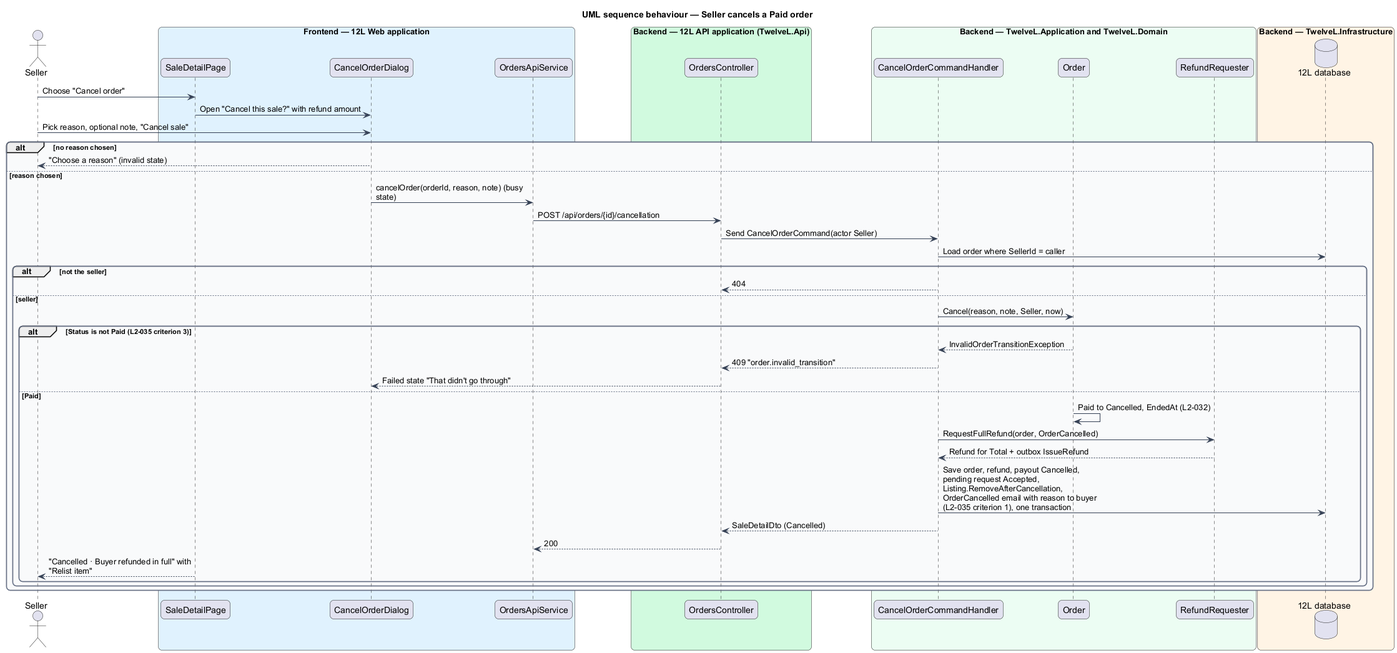
The PlantUML diagram docs/detailed-designs/orders/cancel-order/diagrams/sequence-seller-cancel.png in QuinntyneBrown/12l, before a commit.
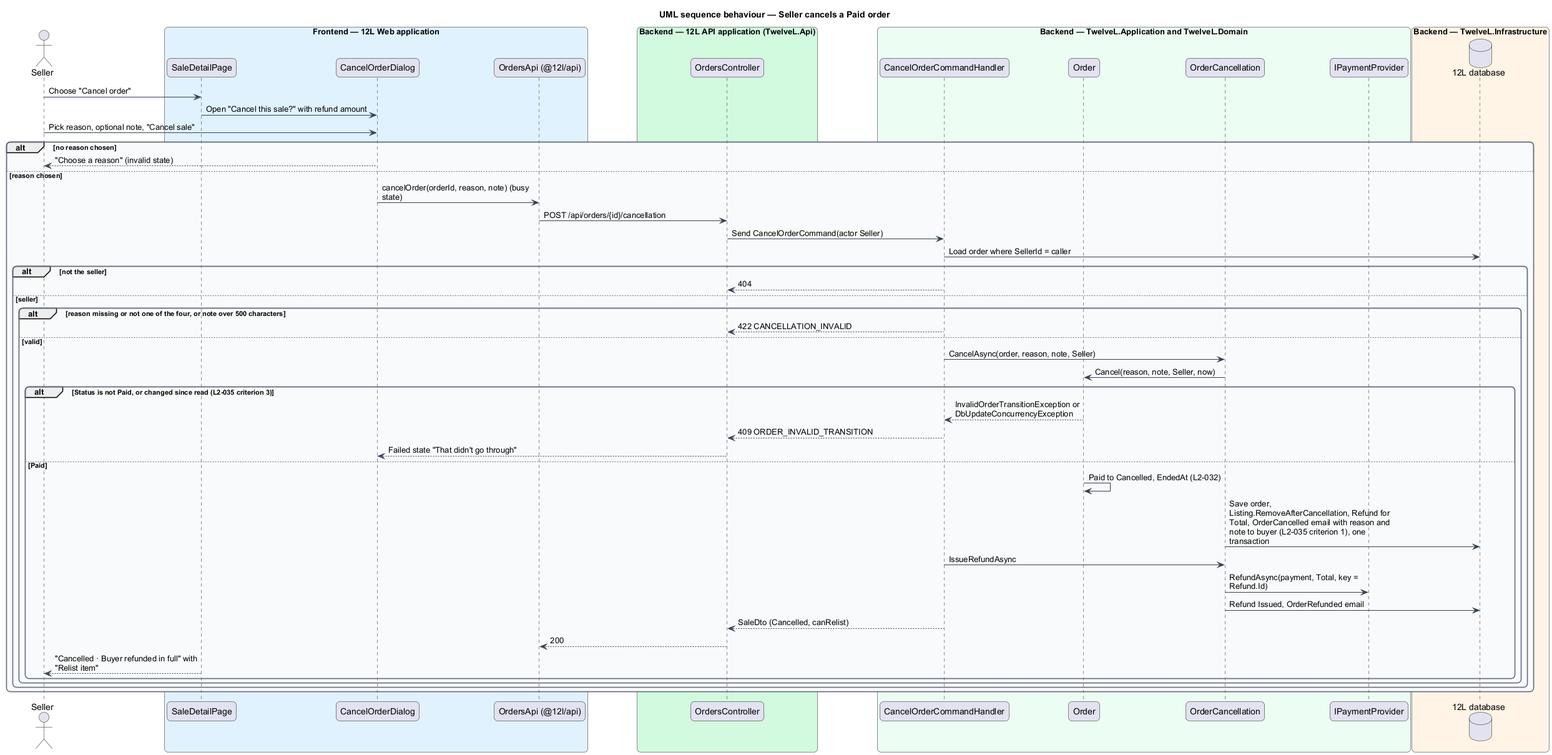
The same file after the commit.

The edit, as a diff of the source:
```diff
@@ -20,7 +20,7 @@
 box "Frontend — 12L Web application" #E0F2FE
   participant "SaleDetailPage" as page
   participant "CancelOrderDialog" as dlg
-  participant "OrdersApiService" as client
+  participant "OrdersApi (@12l/api)" as client
 end box
 box "Backend — 12L API application (TwelveL.Api)" #D1FADF
   participant "OrdersController" as ctrl
@@ -28,7 +28,8 @@
 box "Backend — TwelveL.Application and TwelveL.Domain" #ECFDF3
   participant "CancelOrderCommandHandler" as h
   participant "Order" as order
-  participant "RefundRequester" as rr
+  participant "OrderCancellation" as rr
+  participant "IPaymentProvider" as pay
 end box
 box "Backend — TwelveL.Infrastructure" #FFF4E5
   database "12L database" as db
@@ -46,19 +47,25 @@
   alt not the seller
     h --> ctrl : 404
   else seller
-    h -> order : Cancel(reason, note, Seller, now)
-    alt Status is not Paid (L2-035 criterion 3)
-      order --> h : InvalidOrderTransitionException
-      h --> ctrl : 409 "order.invalid_transition"
-      ctrl --> dlg : Failed state "That didn't go through"
-    else Paid
-      order -> order : Paid to Cancelled, EndedAt (L2-032)
-      h -> rr : RequestFullRefund(order, OrderCancelled)
-      rr --> h : Refund for Total + outbox IssueRefund
-      h -> db : Save order, refund, payout Cancelled, pending request Accepted, Listing.RemoveAfterCancellation, OrderCancelled email with reason to buyer (L2-035 criterion 1), one transaction
-      h --> ctrl : SaleDetailDto (Cancelled)
+    alt reason missing or not one of the four, or note over 500 characters
+      h --> ctrl : 422 CANCELLATION_INVALID
+    else valid
+      h -> rr : CancelAsync(order, reason, note, Seller)
+      rr -> order : Cancel(reason, note, Seller, now)
+      alt Status is not Paid, or changed since read (L2-035 criterion 3)
+        order --> h : InvalidOrderTransitionException or DbUpdateConcurrencyException
+        h --> ctrl : 409 ORDER_INVALID_TRANSITION
+        ctrl --> dlg : Failed state "That didn't go through"
+      else Paid
+        order -> order : Paid to Cancelled, EndedAt (L2-032)
+        rr -> db : Save order, Listing.RemoveAfterCancellation, Refund for Total, OrderCancelled email with reason and note to buyer (L2-035 criterion 1), one transaction
+        h -> rr : IssueRefundAsync
+        rr -> pay : RefundAsync(payment, Total, key = Refund.Id)
+        rr -> db : Refund Issued, OrderRefunded email
+        h --> ctrl : SaleDto (Cancelled, canRelist)
       ctrl --> client : 200
-      page --> actor : "Cancelled · Buyer refunded in full" with "Relist item"
+        page --> actor : "Cancelled · Buyer refunded in full" with "Relist item"
+      end
     end
   end
 end
```
